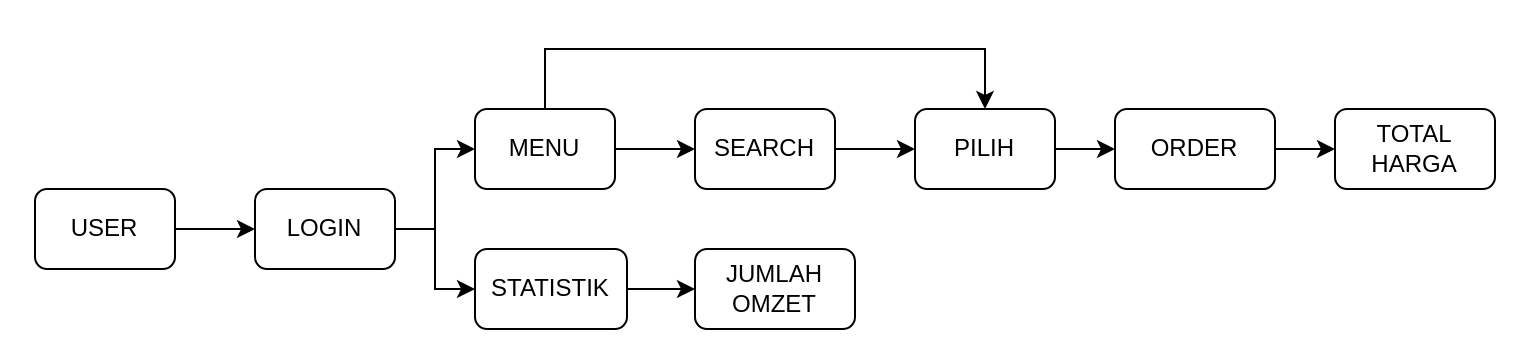
Before: alur-cashier.drawio in fjarr/cashier, a draw.io diagram. Source tidied: cells renumbered, new cells numbered last; positions are measured from the earlier drawing's top-left corner, leaving out a move shared by most shapes. Both pictures are drawn from the tidied source at 200%, with x=0, y=0 at pixel (34, 48).
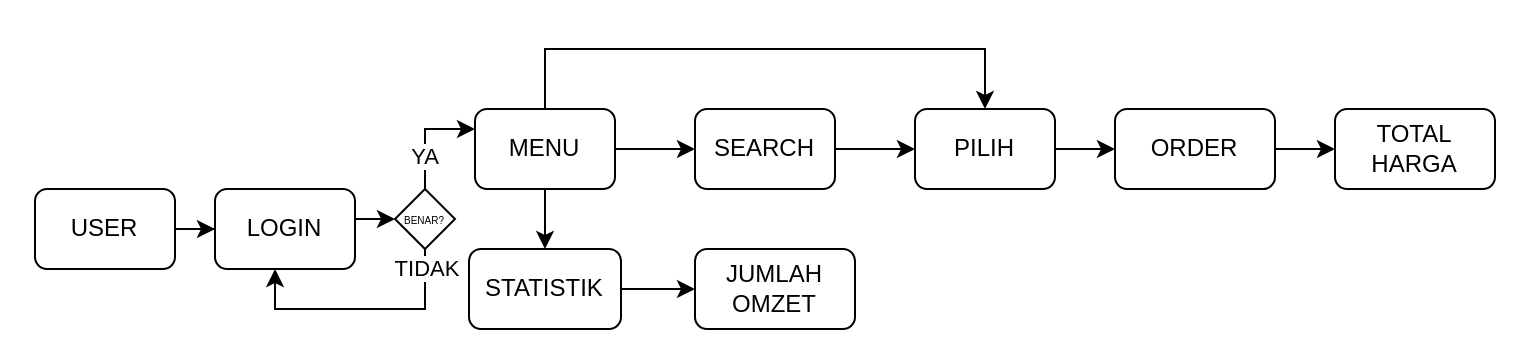
After the change.

Unchanged cells that the change refers to:
```xml
<mxCell id="9" value="MENU" style="rounded=1;whiteSpace=wrap;html=1;" parent="1" vertex="1">
  <mxGeometry x="220" y="30" width="70" height="40" as="geometry" />
</mxCell>
```

Change to the diagram source:
```diff
@@
-    <mxCell id="4" style="edgeStyle=orthogonalEdgeStyle;rounded=0;jettySize=auto;html=1;entryX=0;entryY=0.5;entryDx=0;entryDy=0;" parent="1" edge="1" source="6" target="9">
-      <mxGeometry relative="1" as="geometry" />
-    </mxCell>
-    <mxCell id="5" style="edgeStyle=orthogonalEdgeStyle;rounded=0;jettySize=auto;html=1;entryX=0;entryY=0.5;entryDx=0;entryDy=0;" parent="1" edge="1" source="6" target="11">
-      <mxGeometry relative="1" as="geometry" />
-    </mxCell>
+    <mxCell id="20" style="edgeStyle=orthogonalEdgeStyle;rounded=0;jettySize=auto;html=1;entryX=0;entryY=0.5;entryDx=0;entryDy=0;" parent="1" edge="1" source="6" target="24">
+      <mxGeometry relative="1" as="geometry">
+        <Array as="points">
+          <mxPoint x="170" y="85" />
+          <mxPoint x="170" y="85" />
+        </Array>
+      </mxGeometry>
+    </mxCell>
     <mxCell id="6" value="LOGIN" style="rounded=1;whiteSpace=wrap;html=1;" parent="1" vertex="1">
-      <mxGeometry x="110" y="70" width="70" height="40" as="geometry" />
+      <mxGeometry x="90" y="70" width="70" height="40" as="geometry" />
     </mxCell>
@@
+    <mxCell id="21" style="edgeStyle=orthogonalEdgeStyle;rounded=0;jettySize=auto;html=1;" parent="1" edge="1" source="9" target="11">
+      <mxGeometry relative="1" as="geometry" />
+    </mxCell>
@@
     <mxCell id="11" value="STATISTIK" style="rounded=1;whiteSpace=wrap;html=1;" parent="1" vertex="1">
-      <mxGeometry x="220" y="100" width="76" height="40" as="geometry" />
+      <mxGeometry x="217" y="100" width="76" height="40" as="geometry" />
     </mxCell>
@@
+    <mxCell id="22" style="edgeStyle=orthogonalEdgeStyle;rounded=0;jettySize=auto;html=1;entryX=0;entryY=0.25;entryDx=0;entryDy=0;" parent="1" edge="1" source="24" target="9">
+      <mxGeometry relative="1" as="geometry">
+        <Array as="points">
+          <mxPoint x="195" y="40" />
+        </Array>
+      </mxGeometry>
+    </mxCell>
+    <mxCell id="23" value="YA" style="edgeLabel;html=1;align=center;verticalAlign=middle;" parent="22" vertex="1">
+      <mxGeometry x="-0.38" y="1" relative="1" as="geometry" />
+    </mxCell>
+    <mxCell id="24" value="BENAR?" style="rhombus;whiteSpace=wrap;html=1;fontSize=5;" parent="1" vertex="1">
+      <mxGeometry x="180" y="70" width="30" height="30" as="geometry" />
+    </mxCell>
+    <mxCell id="25" style="edgeStyle=orthogonalEdgeStyle;rounded=0;jettySize=auto;html=1;entryX=0.429;entryY=1;entryDx=0;entryDy=0;entryPerimeter=0;exitX=0.5;exitY=1;exitDx=0;exitDy=0;" parent="1" edge="1" source="24" target="6">
+      <mxGeometry relative="1" as="geometry">
+        <Array as="points">
+          <mxPoint x="195" y="130" />
+          <mxPoint x="120" y="130" />
+        </Array>
+      </mxGeometry>
+    </mxCell>
+    <mxCell id="26" value="TIDAK" style="edgeLabel;html=1;align=center;verticalAlign=middle;" parent="25" vertex="1">
+      <mxGeometry x="-0.85" relative="1" as="geometry" />
+    </mxCell>
```
